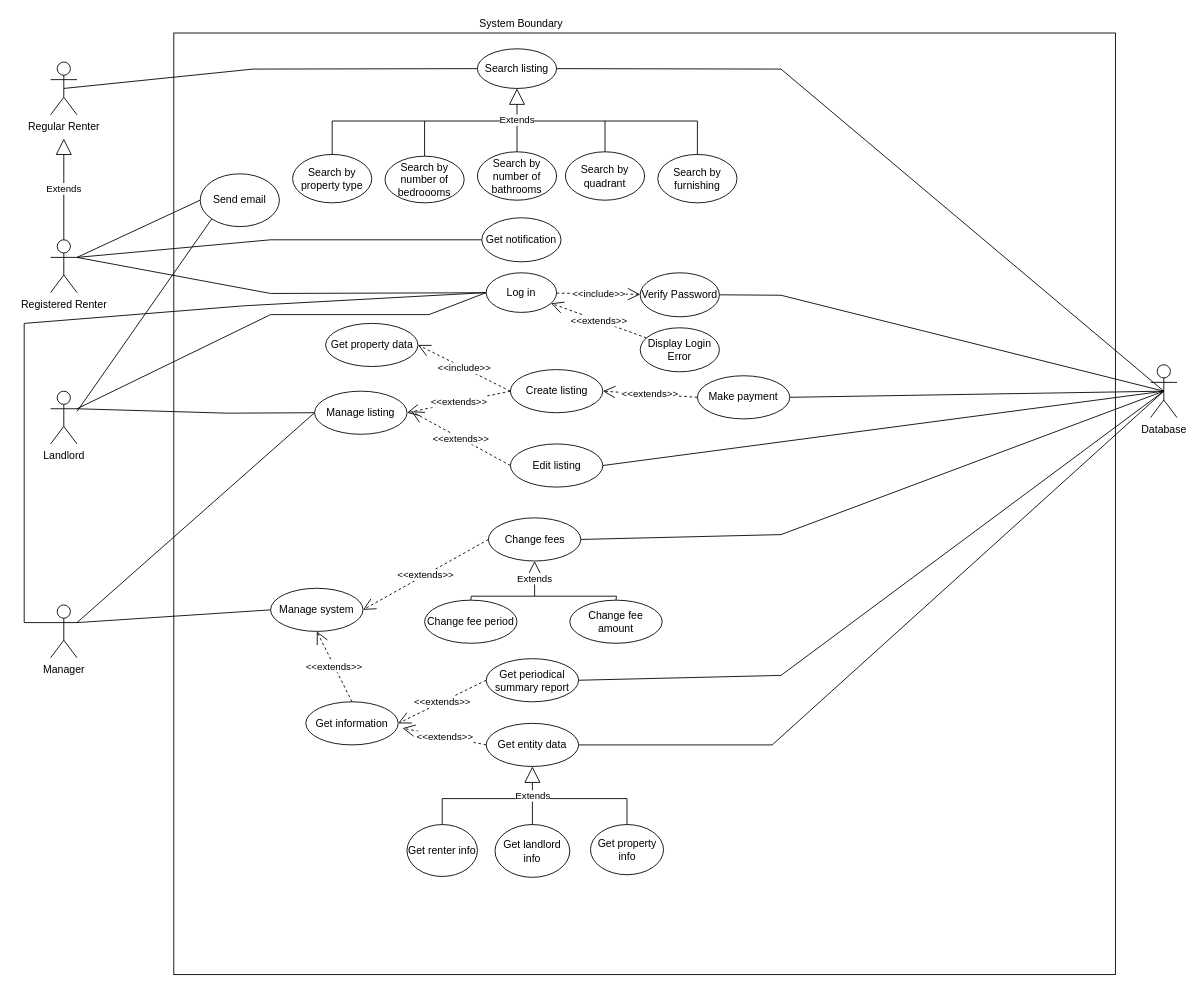
Above: ENSF480FinalProjectUseCaseDiagram.drawio in ryan-holt/ENSF480FinalProject (draw.io), before the change. Source tidied: cells renumbered, new cells numbered last; positions are measured from the earlier drawing's top-left corner, leaving out a move shared by most shapes. Both pictures are drawn from the tidied source at 88%, with x=0, y=0 at pixel (24, 15).
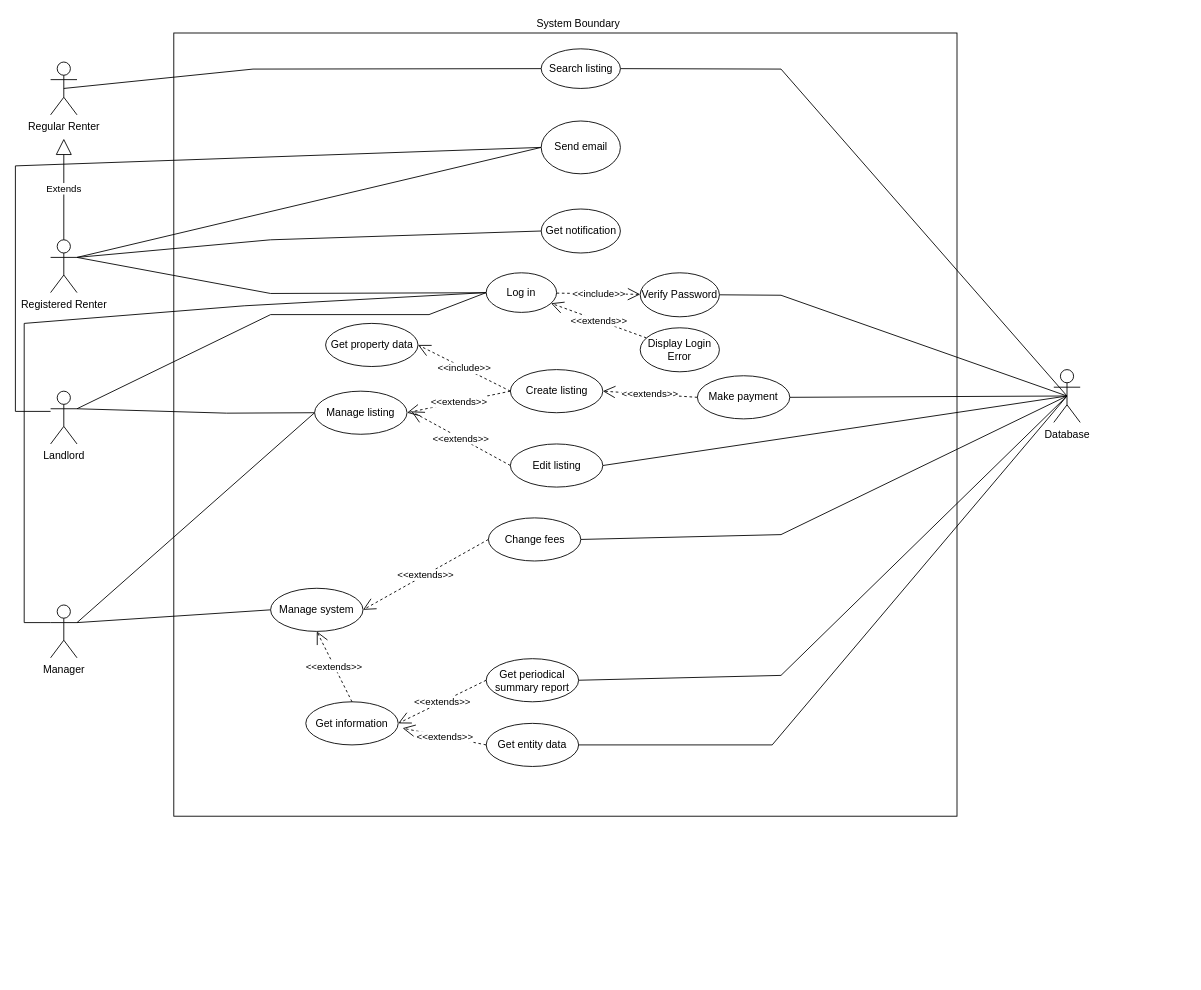
The same diagram, later.

Commit message:
simplified diagram

The change refers to these unchanged cells:
```xml
<mxCell id="57" value="Get entity data" style="ellipse;whiteSpace=wrap;html=1;" parent="1" vertex="1">
  <mxGeometry x="525" y="804.5" width="105" height="49" as="geometry" />
</mxCell>
```

What changed in the source:
```diff
@@
     <mxCell id="2" style="whiteSpace=wrap;html=1;imageAspect=0;imageWidth=24;perimeterSpacing=0;" parent="1" vertex="1">
-      <mxGeometry x="170" y="20" width="1070" height="1070" as="geometry" />
+      <mxGeometry x="170" y="20" width="890" height="890" as="geometry" />
     </mxCell>
@@
     <mxCell id="10" value="System Boundary" style="text;html=1;strokeColor=none;fillColor=none;align=center;verticalAlign=middle;whiteSpace=wrap;rounded=0;" parent="1" vertex="1">
-      <mxGeometry x="510" width="110" height="20" as="geometry" />
+      <mxGeometry x="575" width="110" height="20" as="geometry" />
     </mxCell>
@@
     <mxCell id="22" value="Database" style="shape=umlActor;verticalLabelPosition=bottom;labelBackgroundColor=#ffffff;verticalAlign=top;html=1;" parent="1" vertex="1">
-      <mxGeometry x="1280" y="397" width="30" height="60" as="geometry" />
+      <mxGeometry x="1170" y="402.5" width="30" height="60" as="geometry" />
     </mxCell>
@@
     <mxCell id="26" value="Search listing" style="ellipse;whiteSpace=wrap;html=1;" parent="1" vertex="1">
-      <mxGeometry x="515" y="38" width="90" height="45" as="geometry" />
+      <mxGeometry x="587.5" y="38" width="90" height="45" as="geometry" />
     </mxCell>
-    <mxCell id="27" style="edgeStyle=none;rounded=0;jettySize=auto;html=1;exitX=0.5;exitY=0;exitDx=0;exitDy=0;endArrow=none;endFill=0;" parent="1" edge="1" source="28">
-      <mxGeometry relative="1" as="geometry">
-        <mxPoint x="560" y="120" as="targetPoint" />
-        <Array as="points">
-          <mxPoint x="350" y="120" />
-        </Array>
-      </mxGeometry>
-    </mxCell>
-    <mxCell id="28" value="Search by property type" style="ellipse;whiteSpace=wrap;html=1;" parent="1" vertex="1">
-      <mxGeometry x="305" y="158" width="90" height="55" as="geometry" />
-    </mxCell>
-    <mxCell id="29" style="edgeStyle=none;rounded=0;jettySize=auto;html=1;exitX=0.5;exitY=0;exitDx=0;exitDy=0;endArrow=none;endFill=0;" parent="1" edge="1" source="30">
-      <mxGeometry relative="1" as="geometry">
-        <mxPoint x="455" y="120" as="targetPoint" />
-      </mxGeometry>
-    </mxCell>
-    <mxCell id="30" value="Search by number of bedroooms" style="ellipse;whiteSpace=wrap;html=1;" parent="1" vertex="1">
-      <mxGeometry x="410" y="160" width="90" height="53" as="geometry" />
-    </mxCell>
-    <mxCell id="31" value="Search by number of bathrooms" style="ellipse;whiteSpace=wrap;html=1;" parent="1" vertex="1">
-      <mxGeometry x="515" y="155" width="90" height="55" as="geometry" />
-    </mxCell>
-    <mxCell id="32" style="edgeStyle=none;rounded=0;jettySize=auto;html=1;exitX=0.5;exitY=0;exitDx=0;exitDy=0;endArrow=none;endFill=0;" parent="1" edge="1" source="33">
-      <mxGeometry relative="1" as="geometry">
-        <mxPoint x="560" y="120" as="targetPoint" />
-        <Array as="points">
-          <mxPoint x="660" y="120" />
-        </Array>
-      </mxGeometry>
-    </mxCell>
-    <mxCell id="33" value="Search by quadrant" style="ellipse;whiteSpace=wrap;html=1;" parent="1" vertex="1">
-      <mxGeometry x="615" y="155" width="90" height="55" as="geometry" />
-    </mxCell>
-    <mxCell id="34" style="edgeStyle=none;rounded=0;jettySize=auto;html=1;exitX=0.5;exitY=0;exitDx=0;exitDy=0;endArrow=none;endFill=0;" parent="1" edge="1" source="35">
-      <mxGeometry relative="1" as="geometry">
-        <mxPoint x="660" y="120" as="targetPoint" />
-        <Array as="points">
-          <mxPoint x="765" y="120" />
-        </Array>
-      </mxGeometry>
-    </mxCell>
-    <mxCell id="35" value="Search by furnishing" style="ellipse;whiteSpace=wrap;html=1;" parent="1" vertex="1">
-      <mxGeometry x="720" y="158" width="90" height="55" as="geometry" />
-    </mxCell>
-    <mxCell id="36" value="Extends" style="endArrow=block;endSize=16;endFill=0;html=1;" parent="1" edge="1" source="31" target="26">
-      <mxGeometry relative="1" as="geometry" />
-    </mxCell>
     <mxCell id="37" value="Get notification" style="ellipse;whiteSpace=wrap;html=1;" parent="1" vertex="1">
-      <mxGeometry x="520" y="230" width="90" height="50" as="geometry" />
+      <mxGeometry x="587.5" y="220" width="90" height="50" as="geometry" />
     </mxCell>
@@
-    <mxCell id="47" style="edgeStyle=none;rounded=0;jettySize=auto;html=1;exitX=0.5;exitY=0;exitDx=0;exitDy=0;endArrow=none;endFill=0;" parent="1" edge="1" source="48">
-      <mxGeometry relative="1" as="geometry">
-        <mxPoint x="580" y="660" as="targetPoint" />
-        <Array as="points">
-          <mxPoint x="673" y="660" />
-        </Array>
-      </mxGeometry>
-    </mxCell>
-    <mxCell id="48" value="Change fee amount" style="ellipse;whiteSpace=wrap;html=1;" parent="1" vertex="1">
-      <mxGeometry x="620" y="664.5" width="105" height="49" as="geometry" />
-    </mxCell>
-    <mxCell id="49" style="edgeStyle=none;rounded=0;jettySize=auto;html=1;exitX=0.5;exitY=0;exitDx=0;exitDy=0;endArrow=none;endFill=0;" parent="1" edge="1" source="50">
-      <mxGeometry relative="1" as="geometry">
-        <mxPoint x="580" y="660" as="targetPoint" />
-        <Array as="points">
-          <mxPoint x="508" y="660" />
-        </Array>
-      </mxGeometry>
-    </mxCell>
-    <mxCell id="50" value="Change fee period" style="ellipse;whiteSpace=wrap;html=1;" parent="1" vertex="1">
-      <mxGeometry x="455" y="664.5" width="105" height="49" as="geometry" />
-    </mxCell>
-    <mxCell id="51" value="Extends" style="endArrow=block;endSize=16;endFill=0;html=1;" parent="1" edge="1">
-      <mxGeometry relative="1" as="geometry">
-        <mxPoint x="580" y="660" as="sourcePoint" />
-        <mxPoint x="580" y="620" as="targetPoint" />
-      </mxGeometry>
-    </mxCell>
@@
-    <mxCell id="62" style="edgeStyle=none;rounded=0;jettySize=auto;html=1;exitX=0;exitY=1;exitDx=0;exitDy=0;endArrow=none;endFill=0;" parent="1" edge="1" source="63">
+    <mxCell id="62" style="edgeStyle=none;rounded=0;jettySize=auto;html=1;exitX=0;exitY=0.5;exitDx=0;exitDy=0;endArrow=none;endFill=0;" parent="1" edge="1" source="63">
       <mxGeometry relative="1" as="geometry">
-        <mxPoint x="60" y="450" as="targetPoint" />
+        <mxPoint x="30" y="450" as="targetPoint" />
+        <Array as="points">
+          <mxPoint x="-10" y="171" />
+          <mxPoint x="-10" y="450" />
+        </Array>
       </mxGeometry>
     </mxCell>
     <mxCell id="63" value="Send email" style="ellipse;whiteSpace=wrap;html=1;" parent="1" vertex="1">
-      <mxGeometry x="200" y="180" width="90" height="60" as="geometry" />
+      <mxGeometry x="587.5" y="120" width="90" height="60" as="geometry" />
     </mxCell>
@@
-    <mxCell id="65" style="edgeStyle=none;rounded=0;jettySize=auto;html=1;exitX=0.5;exitY=0;exitDx=0;exitDy=0;endArrow=none;endFill=0;" parent="1" edge="1" source="66">
-      <mxGeometry relative="1" as="geometry">
-        <mxPoint x="570" y="890" as="targetPoint" />
-        <Array as="points">
-          <mxPoint x="475" y="890" />
-        </Array>
-      </mxGeometry>
-    </mxCell>
-    <mxCell id="66" value="Get renter info" style="ellipse;whiteSpace=wrap;html=1;" parent="1" vertex="1">
-      <mxGeometry x="435" y="919.5" width="80" height="59" as="geometry" />
-    </mxCell>
-    <mxCell id="67" value="Get landlord info" style="ellipse;whiteSpace=wrap;html=1;" parent="1" vertex="1">
-      <mxGeometry x="535" y="919.5" width="85" height="60" as="geometry" />
-    </mxCell>
-    <mxCell id="68" style="edgeStyle=none;rounded=0;jettySize=auto;html=1;exitX=0.5;exitY=0;exitDx=0;exitDy=0;endArrow=none;endFill=0;" parent="1" edge="1" source="69">
-      <mxGeometry relative="1" as="geometry">
-        <mxPoint x="570" y="890" as="targetPoint" />
-        <Array as="points">
-          <mxPoint x="685" y="890" />
-        </Array>
-      </mxGeometry>
-    </mxCell>
-    <mxCell id="69" value="Get property info" style="ellipse;whiteSpace=wrap;html=1;" parent="1" vertex="1">
-      <mxGeometry x="643.5" y="919.5" width="83" height="57" as="geometry" />
-    </mxCell>
-    <mxCell id="70" value="Extends" style="endArrow=block;endSize=16;endFill=0;html=1;entryX=0.5;entryY=1;entryDx=0;entryDy=0;exitX=0.5;exitY=0;exitDx=0;exitDy=0;" parent="1" edge="1" source="67" target="57">
-      <mxGeometry relative="1" as="geometry" />
-    </mxCell>
```
